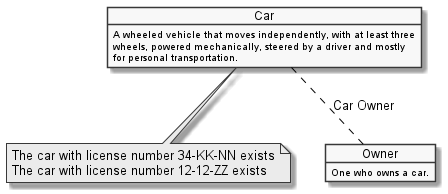
casetalk/Models keeps this PlantUML diagram as EN/CarFuel/carFuel.map.png. Above is the earlier version. The source it was exported from:
```plantuml
@startuml
hide circle
hide stereotype
hide empty members
skinparam backgroundColor transparent
skinparam monochrome true
skinparam shadowing True
skinparam defaultFontName Arial
skinparam defaultColor #000000
skinparam arrowColor #000000
skinparam class {
  FontName Tahoma
  classFontColor automatic
  BorderColor #000000
  attributeFontName Tahoma
}
object "Car" as o14 {
A wheeled vehicle that moves independently, with at least three
wheels, powered mechanically, steered by a driver and mostly
for personal transportation.
}
note "The car with license number 34-KK-NN exists\nThe car with license number 12-12-ZZ exists" as N14
o14 .. N14
object "Owner" as o3 {
One who owns a car.
}
o14 .. o3 : Car Owner
@enduml
```
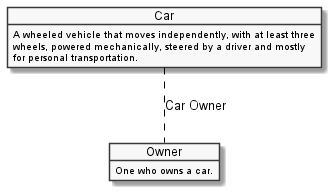
Later version of the same file.

Diff of the diagram source:
```diff
@@ -19,8 +19,6 @@
 wheels, powered mechanically, steered by a driver and mostly
 for personal transportation.
 }
-note "The car with license number 34-KK-NN exists\nThe car with license number 12-12-ZZ exists" as N14
-o14 .. N14
 object "Owner" as o3 {
 One who owns a car.
 }
```
